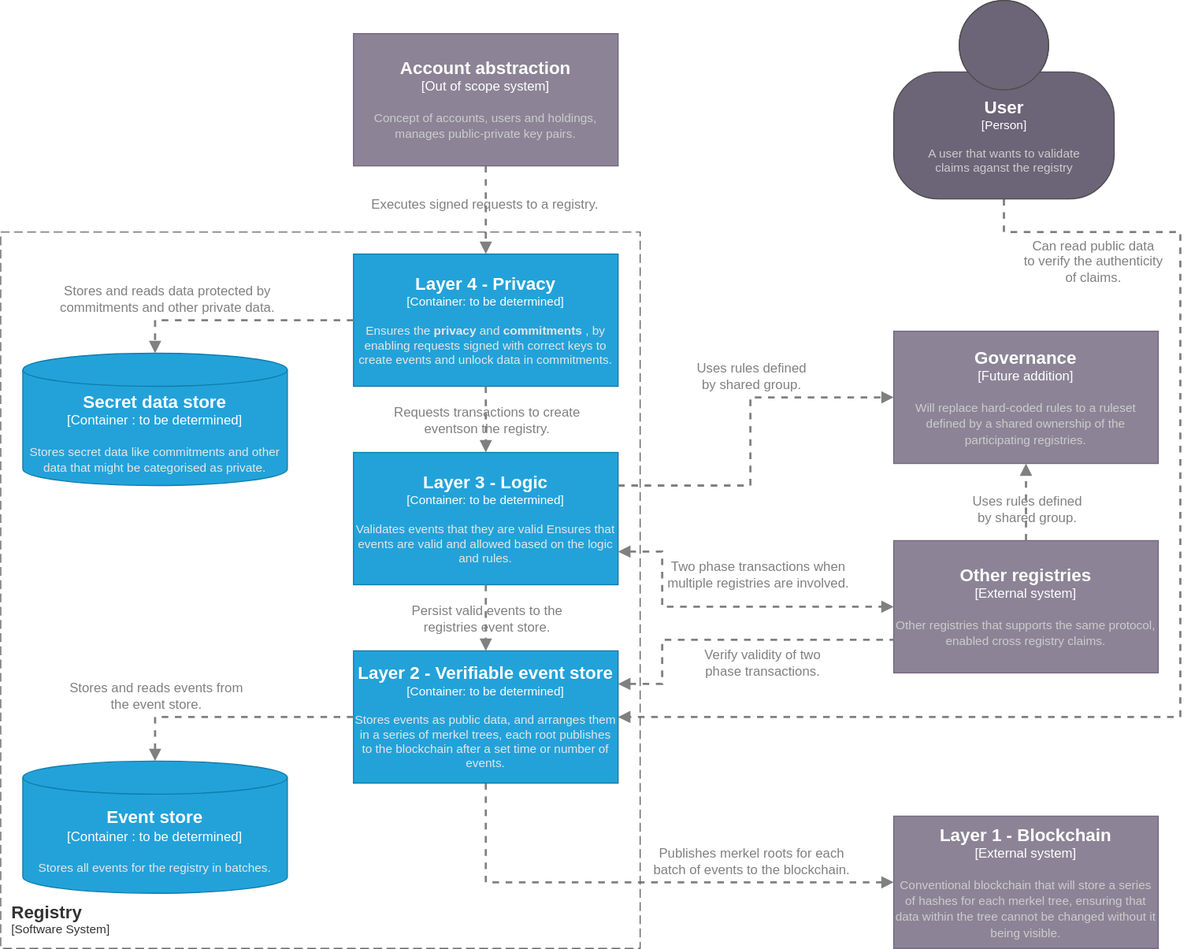
project-origin/registry keeps this draw.io diagram as doc/figures/container.drawio.svg. Above is the earlier version. Source tidied: cells renumbered, new cells last; positions are measured from the earlier drawing's top-left corner, leaving out a move shared by most shapes.
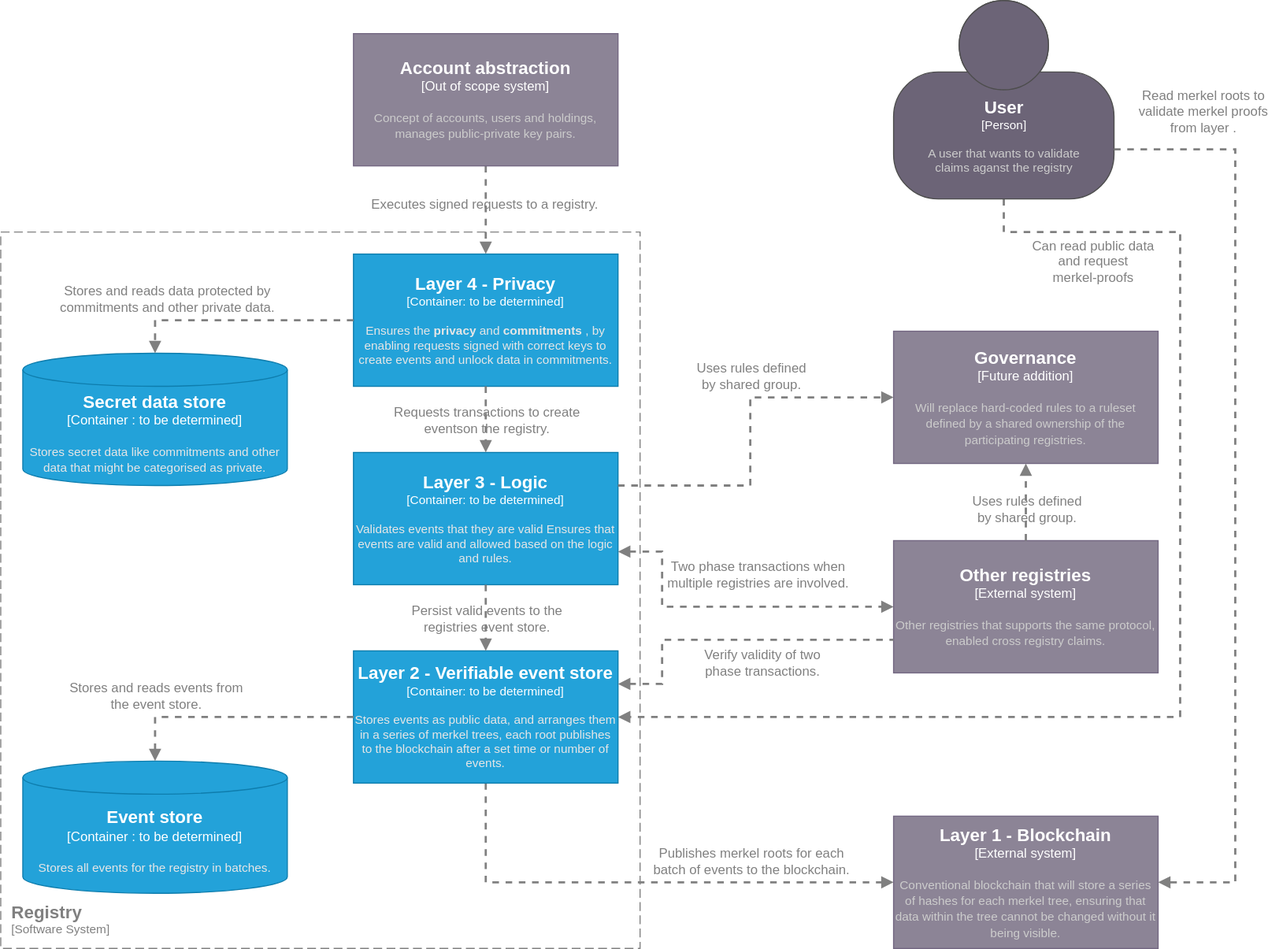
The same diagram one commit later.

Diff of the diagram source:
```diff
@@ -59,7 +59,7 @@
         </Array>
       </mxGeometry>
     </mxCell>
-    <mxCell id="12" value="Can read public data&lt;br&gt;to verify the authenticity&lt;br&gt;of claims." style="edgeLabel;html=1;align=center;verticalAlign=middle;fontSize=12;labelBackgroundColor=none;fontColor=#808080;labelBorderColor=none;rounded=0;" parent="11" vertex="1">
+    <mxCell id="12" value="Can read public data&lt;br&gt;and request&amp;nbsp;&lt;br&gt;merkel-proofs" style="edgeLabel;html=1;align=center;verticalAlign=middle;fontSize=12;labelBackgroundColor=none;fontColor=#808080;labelBorderColor=none;rounded=0;" parent="11" vertex="1">
       <mxGeometry x="-0.04" y="1" relative="1" as="geometry">
         <mxPoint x="-81" y="-333" as="offset" />
       </mxGeometry>
@@ -70,7 +70,7 @@
       </mxCell>
     </object>
     <object id="14" label="&lt;font style=&quot;font-size: 16px&quot;&gt;&lt;b&gt;&lt;div style=&quot;text-align: left&quot;&gt;%c4Name%&lt;/div&gt;&lt;/b&gt;&lt;/font&gt;&lt;div style=&quot;text-align: left&quot;&gt;[%c4Application%]&lt;/div&gt;" c4Application="Software System" c4Name="Registry" c4Type="SystemScopeBoundary" placeholders="1">
-      <mxCell style="rounded=0;fontSize=11;whiteSpace=wrap;html=1;dashed=1;arcSize=20;fillColor=none;strokeColor=#666666;fontColor=#333333;labelBackgroundColor=none;align=left;verticalAlign=bottom;labelBorderColor=none;spacingTop=0;spacing=10;dashPattern=8 4;perimeter=rectanglePerimeter;noLabel=0;labelPadding=0;absoluteArcSize=1;strokeWidth=1;" parent="1" vertex="1">
+      <mxCell style="rounded=0;fontSize=11;whiteSpace=wrap;html=1;dashed=1;arcSize=20;fillColor=none;strokeColor=#808080;fontColor=#808080;labelBackgroundColor=none;align=left;verticalAlign=bottom;labelBorderColor=none;spacingTop=0;spacing=10;dashPattern=8 4;perimeter=rectanglePerimeter;labelPadding=0;absoluteArcSize=1;strokeWidth=1;" parent="1" vertex="1">
         <mxGeometry y="210" width="580" height="650" as="geometry" />
       </mxCell>
     </object>
@@ -178,5 +178,18 @@
         <mxPoint x="38" y="20" as="offset" />
       </mxGeometry>
     </mxCell>
+    <mxCell id="35" style="edgeStyle=none;html=1;dashed=1;fontSize=12;endArrow=block;endFill=1;exitX=1;exitY=0.75;exitDx=0;exitDy=0;exitPerimeter=0;rounded=0;fontColor=#808080;strokeColor=#808080;strokeWidth=2;entryX=1;entryY=0.5;entryDx=0;entryDy=0;entryPerimeter=0;" parent="1" edge="1" source="13" target="6">
+      <mxGeometry relative="1" as="geometry">
+        <Array as="points">
+          <mxPoint x="1120" y="135" />
+          <mxPoint x="1120" y="800" />
+        </Array>
+      </mxGeometry>
+    </mxCell>
+    <mxCell id="36" value="Read merkel roots to&amp;nbsp;&lt;br&gt;validate merkel proofs&lt;br&gt;from layer ." style="edgeLabel;html=1;align=center;verticalAlign=middle;fontSize=12;labelBackgroundColor=none;fontColor=#808080;labelBorderColor=none;rounded=0;" parent="35" vertex="1">
+      <mxGeometry x="-0.04" y="1" relative="1" as="geometry">
+        <mxPoint x="-31" y="-332" as="offset" />
+      </mxGeometry>
+    </mxCell>
   </root>
 </mxGraphModel>
```
